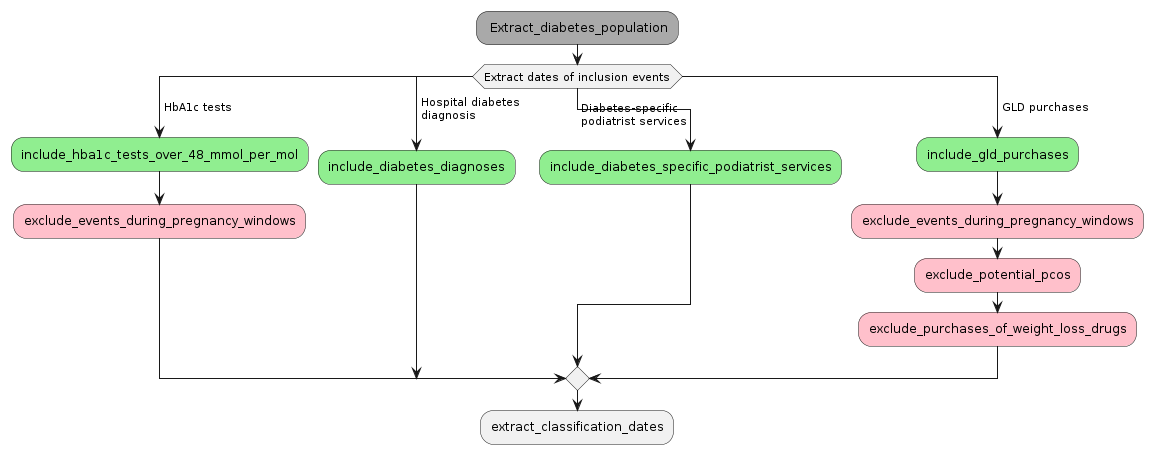
Before: vignettes/images/diabetes-population-functions.png, a diagram exported from PlantUML (steno-aarhus/osdc).
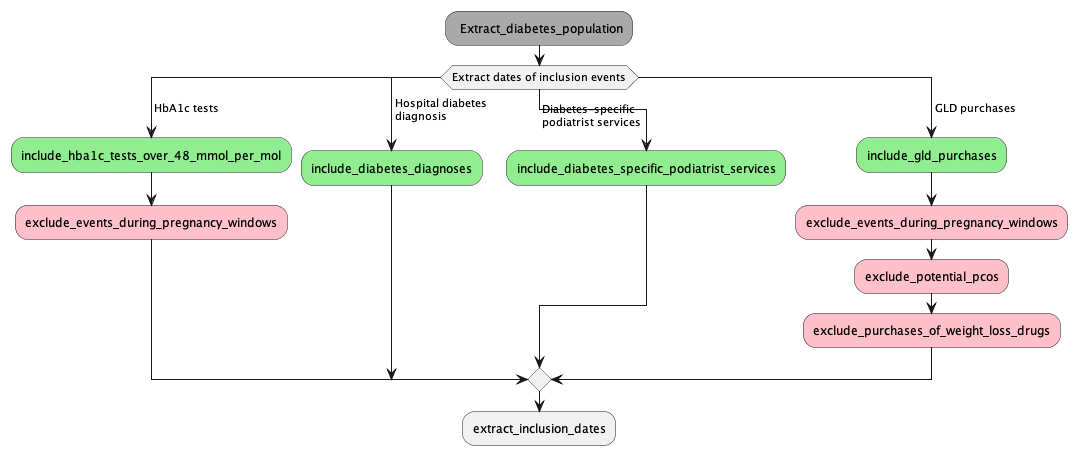
After the change.

Commit message:
fix: minor text edits and change "classification date" to "inclusion date"

Change to the diagram source:
```diff
@@ -20,6 +20,6 @@
     #pink:exclude_purchases_of_weight_loss_drugs;
 endswitch
 
-:extract_classification_dates;
+:extract_inclusion_dates;
 
 @enduml
```
